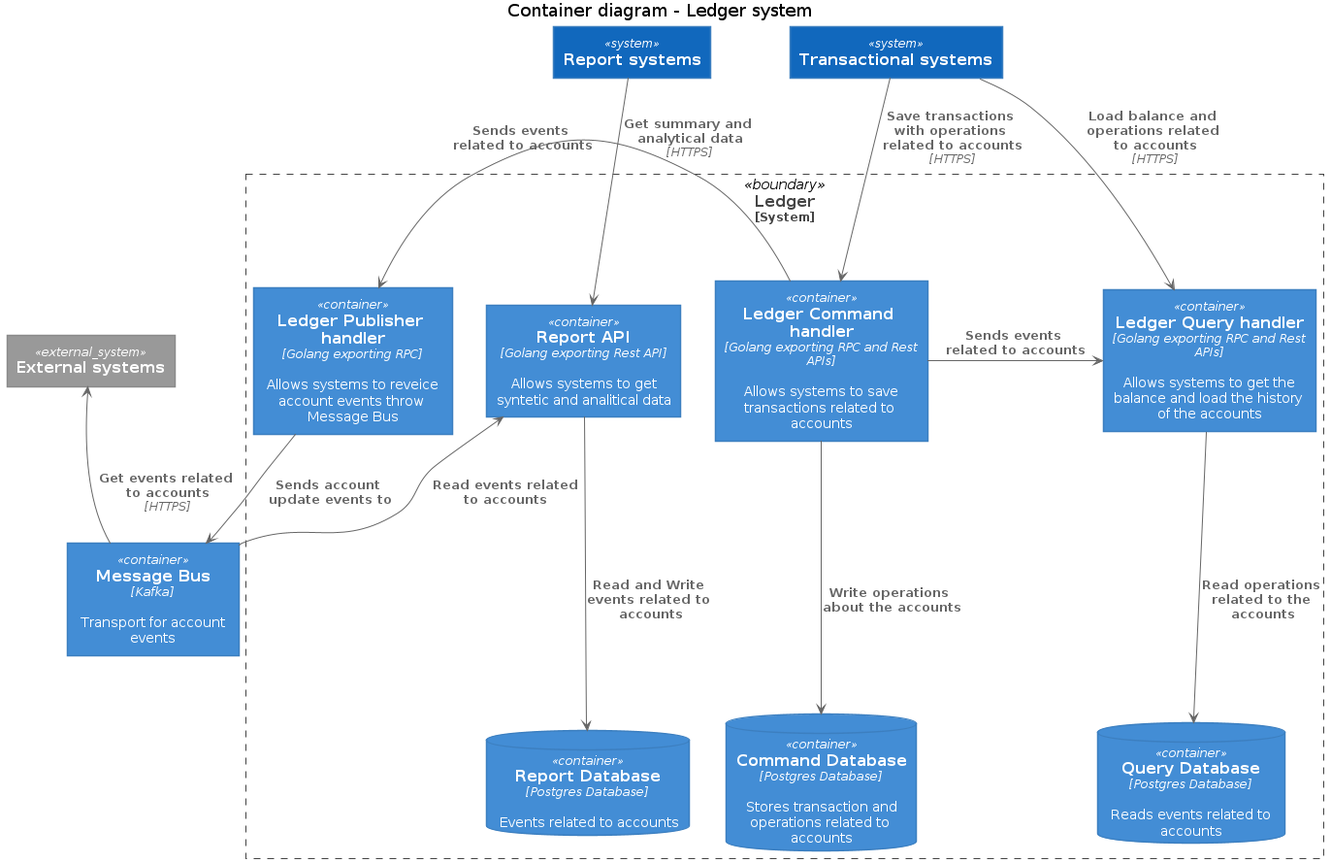
Before: docs/c4model/level_2_step_by_step/level_2_e_container_diagram.png, a diagram exported from PlantUML (fernandodr19/the-amazing-ledger).
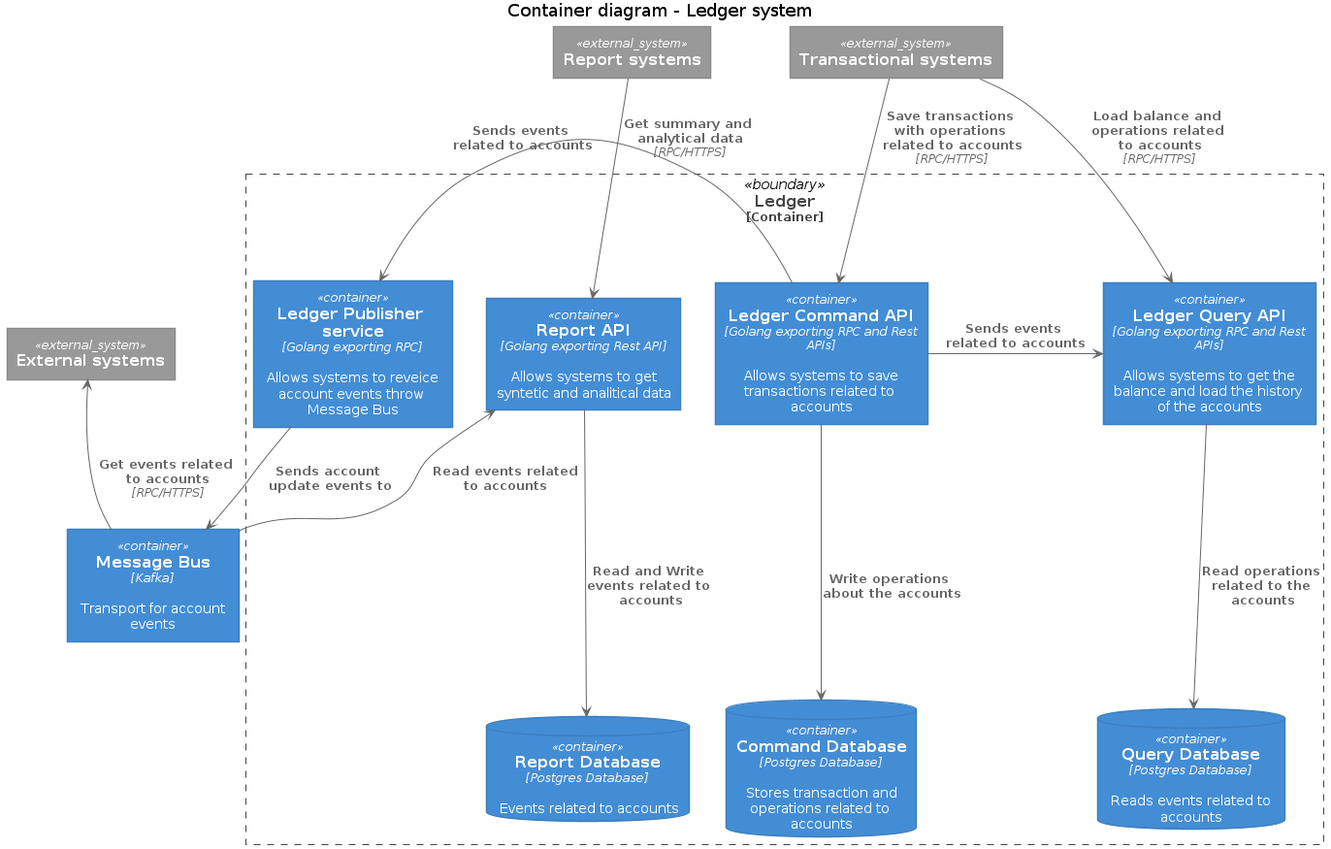
The same diagram one commit later.

Change to the diagram source:
```diff
@@ -3,14 +3,14 @@
 
 title Container diagram - Ledger system
 
-System(transactional_systems, "Transactional systems")
-System(report_systems, "Report systems")
+System_Ext(transactional_systems, "Transactional systems")
+System_Ext(report_systems, "Report systems")
 System_Ext(external_systems, "External systems")
 
-System_Boundary(ledger, "Ledger") {
-    Container(ledger_command_api, "Ledger Command handler", "Golang exporting RPC and Rest APIs", "Allows systems to save transactions related to accounts")
-    Container(ledger_query_api, "Ledger Query handler", "Golang exporting RPC and Rest APIs", "Allows systems to get the balance and load the history of the accounts")
-    Container(ledger_pub_handler, "Ledger Publisher handler", "Golang exporting RPC", "Allows systems to reveice account events throw Message Bus")
+Container_Boundary(ledger, "Ledger") {
+    Container(ledger_command_api, "Ledger Command API", "Golang exporting RPC and Rest APIs", "Allows systems to save transactions related to accounts")
+    Container(ledger_query_api, "Ledger Query API", "Golang exporting RPC and Rest APIs", "Allows systems to get the balance and load the history of the accounts")
+    Container(ledger_pub_service, "Ledger Publisher service", "Golang exporting RPC", "Allows systems to reveice account events throw Message Bus")
     ContainerDb(query_database, "Query Database", "Postgres Database", "Reads events related to accounts")
     ContainerDb(command_database, "Command Database", "Postgres Database", "Stores transaction and operations related to accounts")
     Container(report_api, "Report API", "Golang exporting Rest API", "Allows systems to get syntetic and analitical data")
@@ -19,22 +19,22 @@
 
 Container(message_bus, "Message Bus", "Kafka", "Transport for account events")
 
-Rel_Neighbor(ledger_pub_handler, message_bus, "Sends account update events to")
+Rel_Neighbor(ledger_pub_service, message_bus, "Sends account update events to")
 
 Rel(ledger_command_api, command_database, "Write operations about the accounts")
 Rel(ledger_query_api, query_database, "Read operations related to the accounts")
 
-Rel(transactional_systems, ledger_command_api, "Save transactions with operations related to accounts", "HTTPS")
-Rel(transactional_systems, ledger_query_api, "Load balance and operations related to accounts", "HTTPS")
+Rel(transactional_systems, ledger_command_api, "Save transactions with operations related to accounts", "RPC/HTTPS")
+Rel(transactional_systems, ledger_query_api, "Load balance and operations related to accounts", "RPC/HTTPS")
 
 Rel(report_api, report_database, "Read and Write events related to accounts")
 Rel_Back(report_api, message_bus, "Read events related to accounts")
 
-Rel(report_systems, report_api, "Get summary and analytical data", "HTTPS")
+Rel(report_systems, report_api, "Get summary and analytical data", "RPC/HTTPS")
 
-Rel_Back(external_systems, message_bus, "Get events related to accounts", "HTTPS")
+Rel_Back(external_systems, message_bus, "Get events related to accounts", "RPC/HTTPS")
 
 Rel_Neighbor(ledger_command_api, ledger_query_api, "Sends events related to accounts")
-Rel_Neighbor(ledger_command_api, ledger_pub_handler, "Sends events related to accounts")
+Rel_Neighbor(ledger_command_api, ledger_pub_service, "Sends events related to accounts")
 
 @enduml
```
